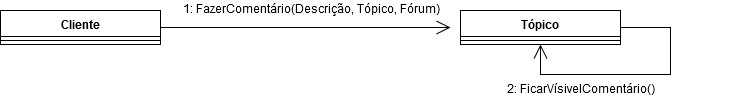
The draw.io diagram Comunicação/ComentarioTópico.png in Nathy14/Steam-PJTsoftware, before a commit. Source tidied: cells renumbered, new cells last; positions are measured from the earlier drawing's top-left corner, leaving out a move shared by most shapes.
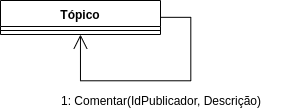
Later version of the same file.

What changed in the source:
```diff
@@ -2,37 +2,23 @@
   <root>
     <mxCell id="0" />
     <mxCell id="1" parent="0" />
-    <mxCell id="2" style="edgeStyle=orthogonalEdgeStyle;rounded=0;jumpSize=7;jettySize=auto;html=1;exitX=1;exitY=0.5;exitDx=0;exitDy=0;startArrow=none;startFill=0;startSize=13;endArrow=open;endFill=0;endSize=12;" parent="1" edge="1" source="3">
-      <mxGeometry relative="1" as="geometry">
-        <mxPoint x="450" y="27" as="targetPoint" />
-      </mxGeometry>
-    </mxCell>
-    <mxCell id="3" value="Cliente" style="swimlane;fontStyle=1;align=center;verticalAlign=top;horizontal=1;startSize=26;" parent="1" vertex="1">
-      <mxGeometry y="10" width="160" height="34" as="geometry" />
-    </mxCell>
-    <mxCell id="4" style="line;strokeWidth=1;fillColor=none;align=left;verticalAlign=middle;spacingTop=-1;spacingLeft=3;spacingRight=3;labelPosition=right;" parent="3" vertex="1">
-      <mxGeometry y="26" width="160" height="8" as="geometry" />
-    </mxCell>
     <mxCell id="5" value="Tópico" style="swimlane;fontStyle=1;align=center;verticalAlign=top;horizontal=1;startSize=26;" parent="1" vertex="1">
       <mxGeometry x="460" y="10" width="160" height="34" as="geometry" />
     </mxCell>
-    <mxCell id="6" style="line;strokeWidth=1;fillColor=none;align=left;verticalAlign=middle;spacingTop=-1;spacingLeft=3;spacingRight=3;labelPosition=right;" parent="5" vertex="1">
-      <mxGeometry y="26" width="160" height="8" as="geometry" />
-    </mxCell>
-    <mxCell id="7" value="1: FazerComentário(Descrição, Tópico, Fórum)" style="text;html=1;strokeColor=none;fillColor=none;align=center;verticalAlign=middle;whiteSpace=wrap;rounded=0;" parent="1" vertex="1">
-      <mxGeometry x="170" width="280" height="20" as="geometry" />
-    </mxCell>
-    <mxCell id="8" value="2: FicarVísivelComentário()" style="text;html=1;strokeColor=none;fillColor=none;align=center;verticalAlign=middle;whiteSpace=wrap;rounded=0;" parent="1" vertex="1">
-      <mxGeometry x="430" y="80" width="300" height="20" as="geometry" />
-    </mxCell>
+    <mxCell id="10" style="line;strokeWidth=1;fillColor=none;align=left;verticalAlign=middle;spacingTop=-1;spacingLeft=3;spacingRight=3;labelPosition=right;" parent="5" vertex="1">
+      <mxGeometry y="26" width="160" height="8" as="geometry" />
+    </mxCell>
     <mxCell id="9" style="edgeStyle=orthogonalEdgeStyle;rounded=0;jumpSize=7;orthogonalLoop=1;jettySize=auto;html=1;exitX=1;exitY=0.5;exitDx=0;exitDy=0;entryX=0.5;entryY=1;entryDx=0;entryDy=0;startArrow=none;startFill=0;startSize=13;endArrow=open;endFill=0;endSize=12;" parent="1" edge="1" source="5" target="5">
       <mxGeometry relative="1" as="geometry">
         <Array as="points">
-          <mxPoint x="670" y="27" />
-          <mxPoint x="670" y="74" />
-          <mxPoint x="540" y="74" />
+          <mxPoint x="650" y="27" />
+          <mxPoint x="650" y="90" />
+          <mxPoint x="540" y="90" />
         </Array>
       </mxGeometry>
     </mxCell>
+    <mxCell id="11" value="1: Comentar(IdPublicador, Descrição)" style="text;html=1;strokeColor=none;fillColor=none;align=center;verticalAlign=middle;whiteSpace=wrap;rounded=0;" parent="1" vertex="1">
+      <mxGeometry x="480" y="100" width="280" height="20" as="geometry" />
+    </mxCell>
   </root>
 </mxGraphModel>
```
